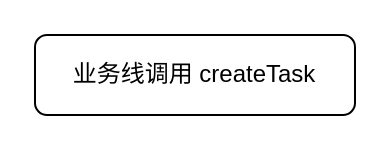
This is 我的任务-创建.drawio from DongRuihua/draw, a draw.io file, before an edit. Source tidied: cells renumbered, new cells numbered last; positions are measured from the earlier drawing's top-left corner, leaving out a move shared by most shapes. Both pictures are drawn from the tidied source at 200%, with x=0, y=0 at pixel (34, 34).
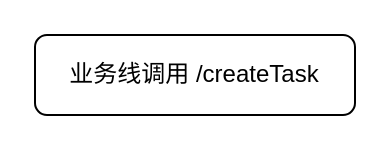
Above is the later version.

Commit message (it also covers changes not shown here):
更新我的任务-创建.drawio

Change to the diagram source:
```diff
@@
 <mxGraphModel>
   <root>
     <mxCell id="0" />
     <mxCell id="1" parent="0" />
-    <mxCell id="2" value="业务线调用 createTask" style="rounded=1;whiteSpace=wrap;html=1;" parent="1" vertex="1">
+    <mxCell id="2" value="业务线调用 /createTask" style="rounded=1;whiteSpace=wrap;html=1;" parent="1" vertex="1">
       <mxGeometry width="160" height="40" as="geometry" />
     </mxCell>
   </root>
 </mxGraphModel>
```
